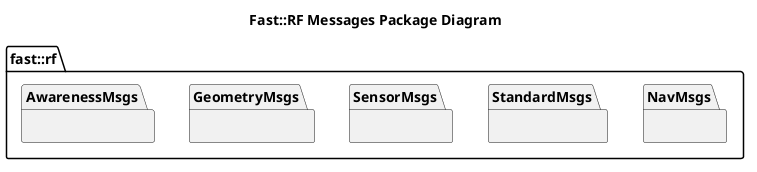
This is msgs/doc/puml/MessagesPackageDiagram.png from fastrobotics/robot_framework, a PlantUML export, as it was before one commit. Source of this version:
```plantuml
@startuml
title Fast::RF Messages Package Diagram
namespace fast::rf {
  package AwarenessMsgs {}
  package GeometryMsgs {}
  package SensorMsgs {}
  package StandardMsgs {}
  package NavMsgs {}

}
@enduml
```
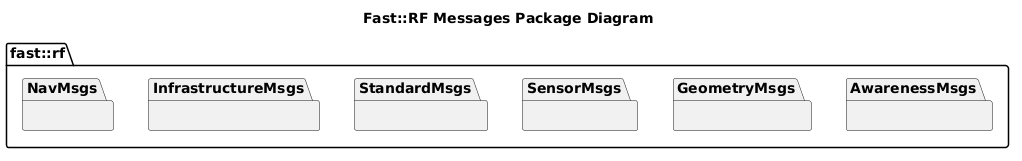
The same diagram one commit later.

The edit, as a diff of the source:
```diff
@@ -5,6 +5,7 @@
   package GeometryMsgs {}
   package SensorMsgs {}
   package StandardMsgs {}
+  package InfrastructureMsgs {}
   package NavMsgs {}
 
 }
```
